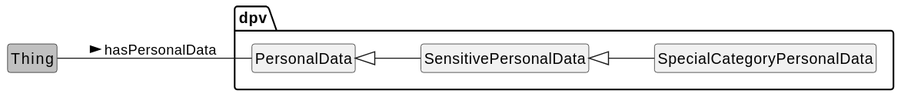
Before: 2.1-dev/diagrams/overview_PD.svg, a diagram exported from PlantUML (w3c/dpv).
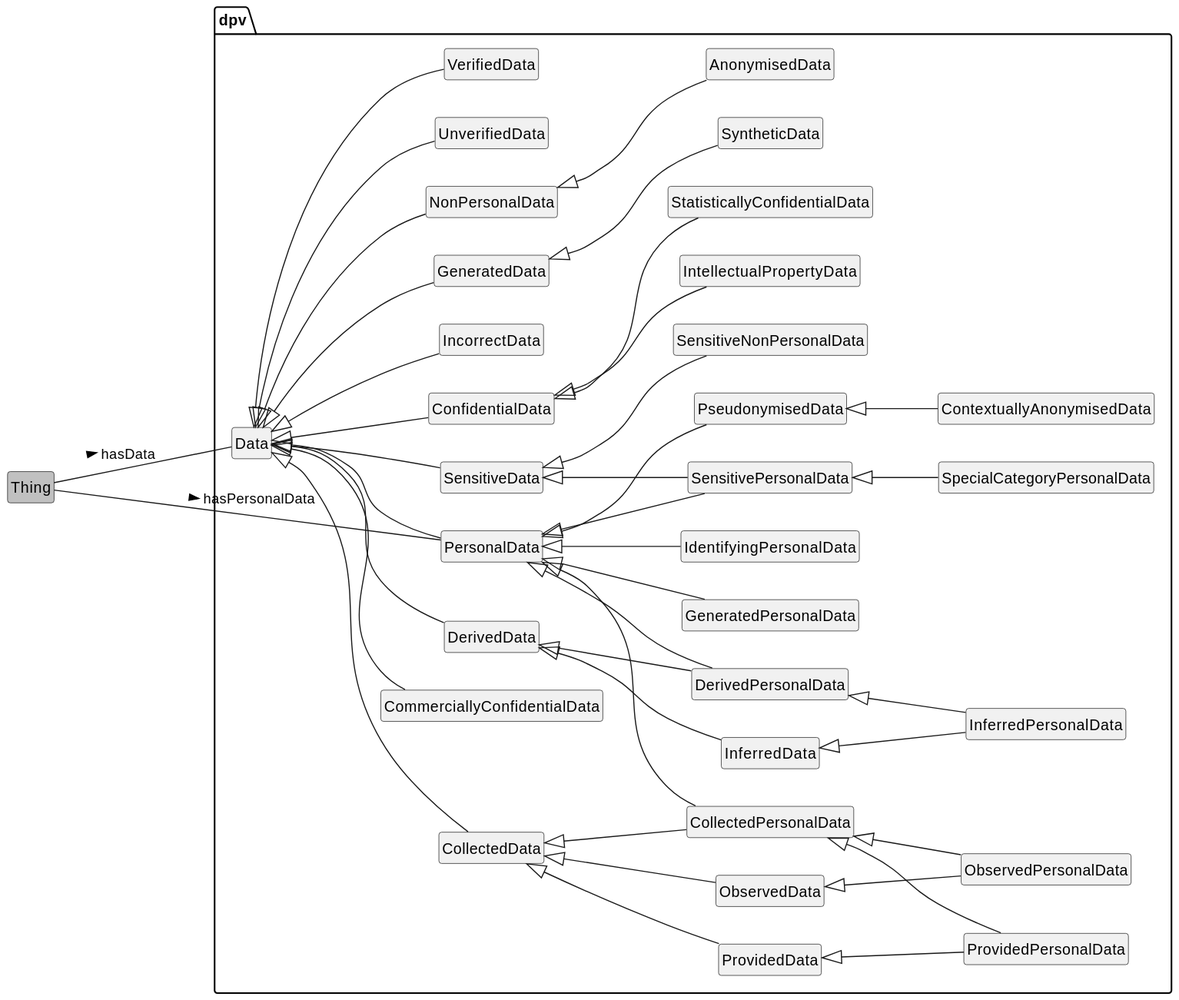
Later version of the same file.

Commit message:
Data Diagram: Overview PD updated to include data concepts.

addresses #198

Diff of the diagram source:
```diff
@@ -4,12 +4,75 @@
 
 class Thing #silver
 package dpv {
+	class AnonymisedData
+	class CollectedData
+	class CollectedPersonalData
+	class CommerciallyConfidentialData
+	class ConfidentialData
+	class ContextuallyAnonymisedData
+	class Data
+	class DerivedData
+	class DerivedPersonalData
+	class GeneratedData
+	class GeneratedPersonalData
+	class IdentifyingPersonalData
+	class IncorrectData
+	class InferredData
+	class InferredPersonalData
+	class IntellectualPropertyData
+	class NonPersonalData
+	class ObservedData
+	class ObservedPersonalData
 	class PersonalData
+	class ProvidedData
+	class ProvidedPersonalData
+	class PseudonymisedData
+	class SensitiveData
+	class SensitiveNonPersonalData
+	class SensitivePersonalData
 	class SpecialCategoryPersonalData
-	class SensitivePersonalData
+	class StatisticallyConfidentialData
+	class SyntheticData
+	class UnverifiedData
+	class VerifiedData
 }
 
+CollectedData <|-- CollectedPersonalData
+CollectedData <|-- ObservedData
+CollectedData <|-- ProvidedData
+CollectedPersonalData <|-- ObservedPersonalData
+CollectedPersonalData <|-- ProvidedPersonalData
+ConfidentialData <|-- IntellectualPropertyData
+ConfidentialData <|-- StatisticallyConfidentialData
+Data <|-- CollectedData
+Data <|-- CommerciallyConfidentialData
+Data <|-- ConfidentialData
+Data <|-- DerivedData
+Data <|-- GeneratedData
+Data <|-- IncorrectData
+Data <|-- NonPersonalData
+Data <|-- PersonalData
+Data <|-- SensitiveData
+Data <|-- UnverifiedData
+Data <|-- VerifiedData
+DerivedData <|-- DerivedPersonalData
+DerivedData <|-- InferredData
+DerivedPersonalData <|-- InferredPersonalData
+GeneratedData <|-- SyntheticData
+InferredData <|-- InferredPersonalData
+NonPersonalData <|-- AnonymisedData
+ObservedData <|-- ObservedPersonalData
+PersonalData <|-- CollectedPersonalData
+PersonalData <|-- SensitivePersonalData
+PersonalData <|-- DerivedPersonalData
+PersonalData <|-- GeneratedPersonalData
+PersonalData <|-- IdentifyingPersonalData
+PersonalData <|-- PseudonymisedData
+ProvidedData <|-- ProvidedPersonalData
+PseudonymisedData <|-- ContextuallyAnonymisedData
+SensitiveData <|-- SensitiveNonPersonalData
+SensitiveData <|-- SensitivePersonalData
+SensitivePersonalData <|-- SpecialCategoryPersonalData
+Thing -- Data : hasData >
 Thing -- PersonalData : hasPersonalData >
-PersonalData <|-- SensitivePersonalData
-SensitivePersonalData <|-- SpecialCategoryPersonalData
 @enduml
```
